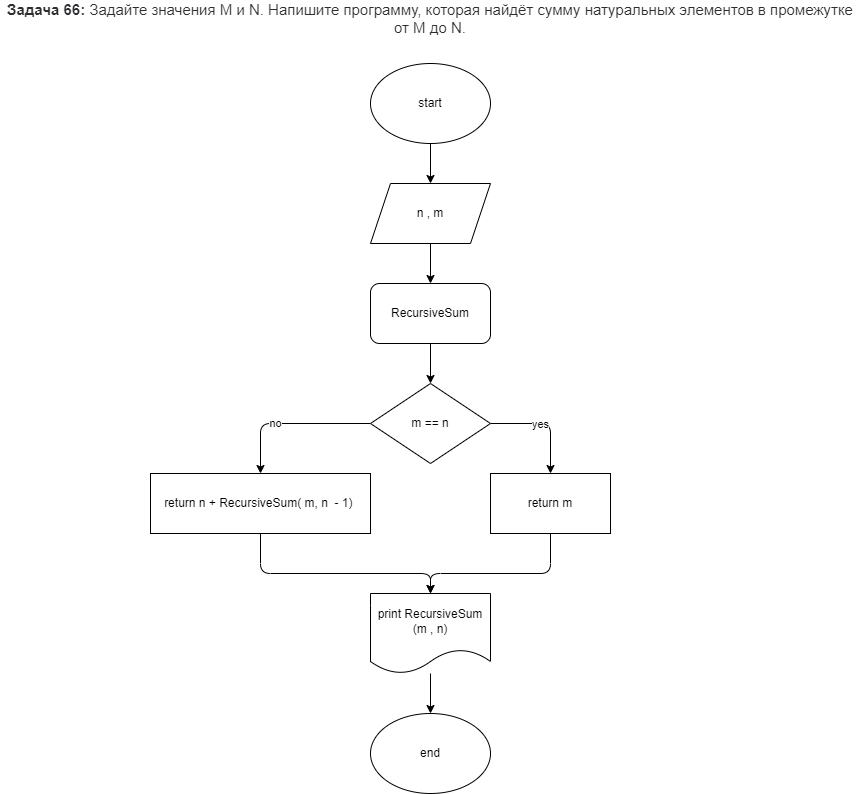
Earlier version of the draw.io export Homework9/Task66/diagram.drawio.png (Matsulevich-Olga/gb_homeworks_matsulevich). Source tidied: cells renumbered, new cells last; positions are measured from the earlier drawing's top-left corner, leaving out a move shared by most shapes.
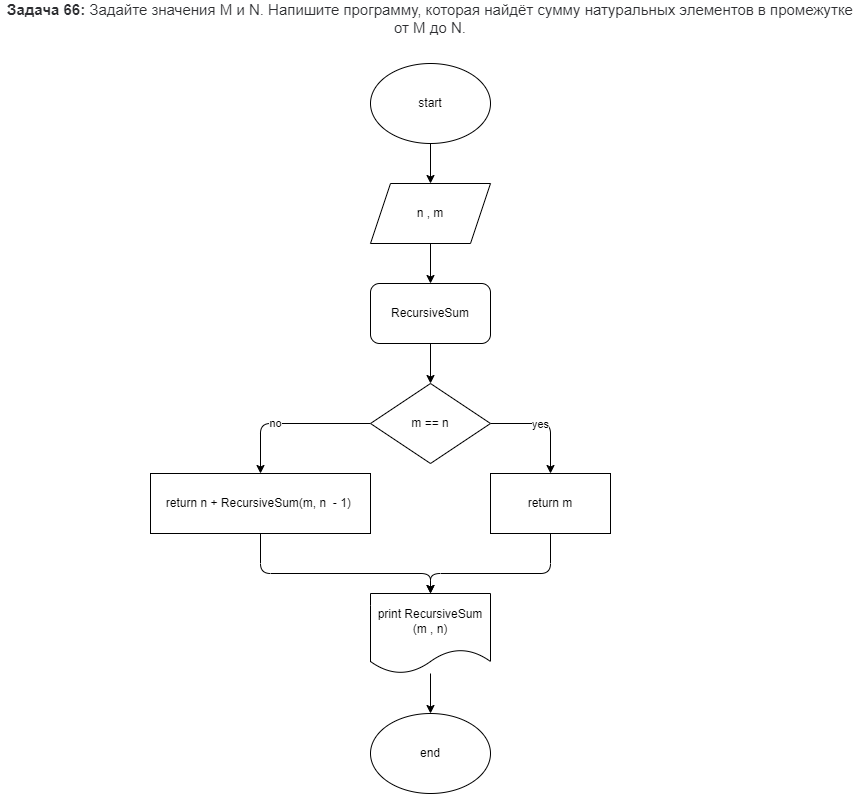
The same diagram one commit later.

Change to the diagram source:
```diff
@@ -69,7 +69,7 @@
         </Array>
       </mxGeometry>
     </mxCell>
-    <mxCell id="17" value="return n + RecursiveSum( m, n&amp;nbsp; - 1)&amp;nbsp;" style="rounded=0;whiteSpace=wrap;html=1;" parent="1" vertex="1">
+    <mxCell id="17" value="return n + RecursiveSum(m, n&amp;nbsp; - 1)&amp;nbsp;" style="rounded=0;whiteSpace=wrap;html=1;" parent="1" vertex="1">
       <mxGeometry x="150" y="470" width="220" height="60" as="geometry" />
     </mxCell>
     <mxCell id="18" style="edgeStyle=none;html=1;" parent="1" edge="1" source="19" target="20">
```
